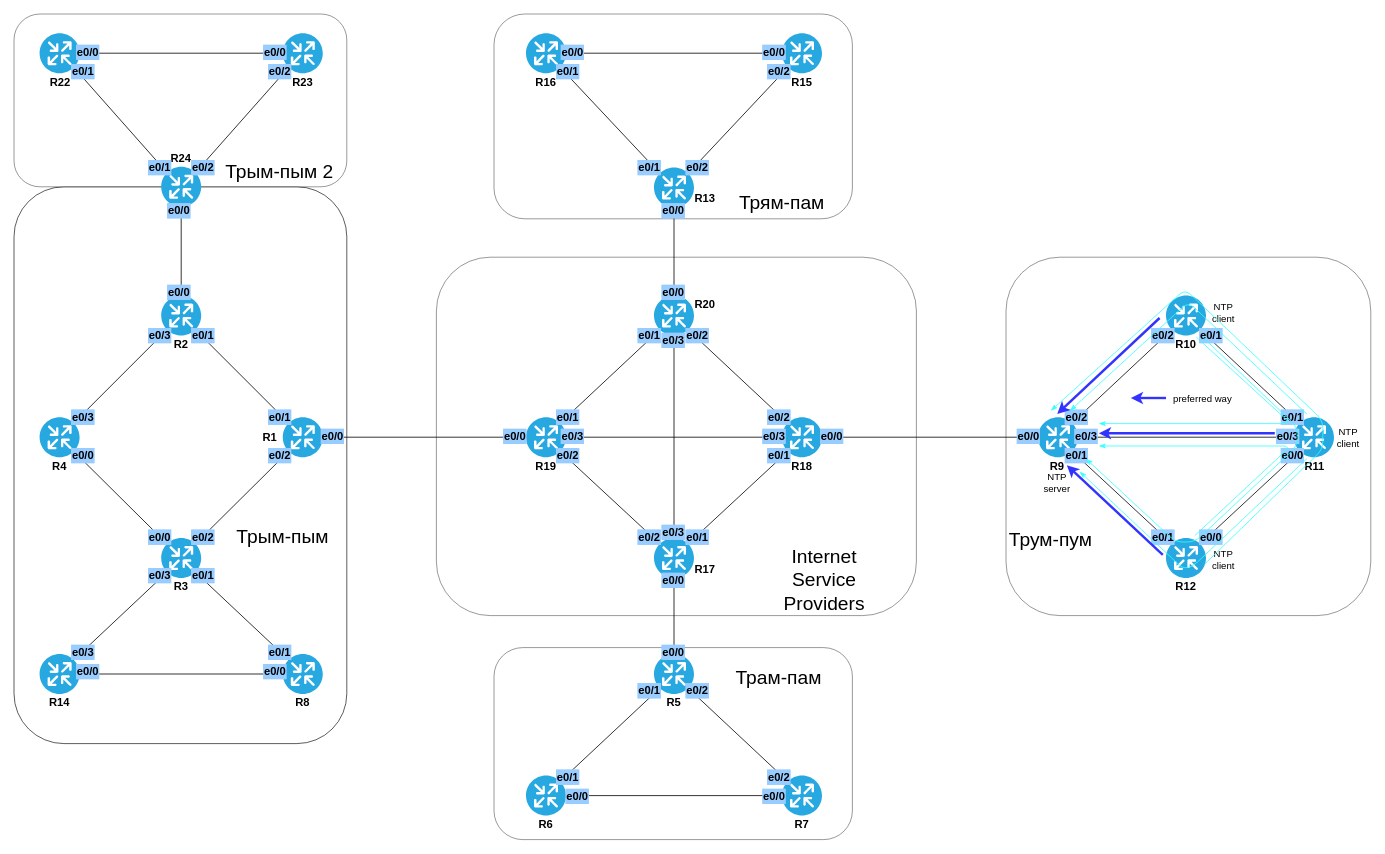
Before: lab00/networks_plan.drawio in mbfx/otus-networks, a draw.io diagram. Source tidied: cells renumbered, new cells numbered last; positions are measured from the earlier drawing's top-left corner, leaving out a move shared by most shapes. Both pictures are drawn from the tidied source at 80%, with x=0, y=0 at pixel (14, 14).
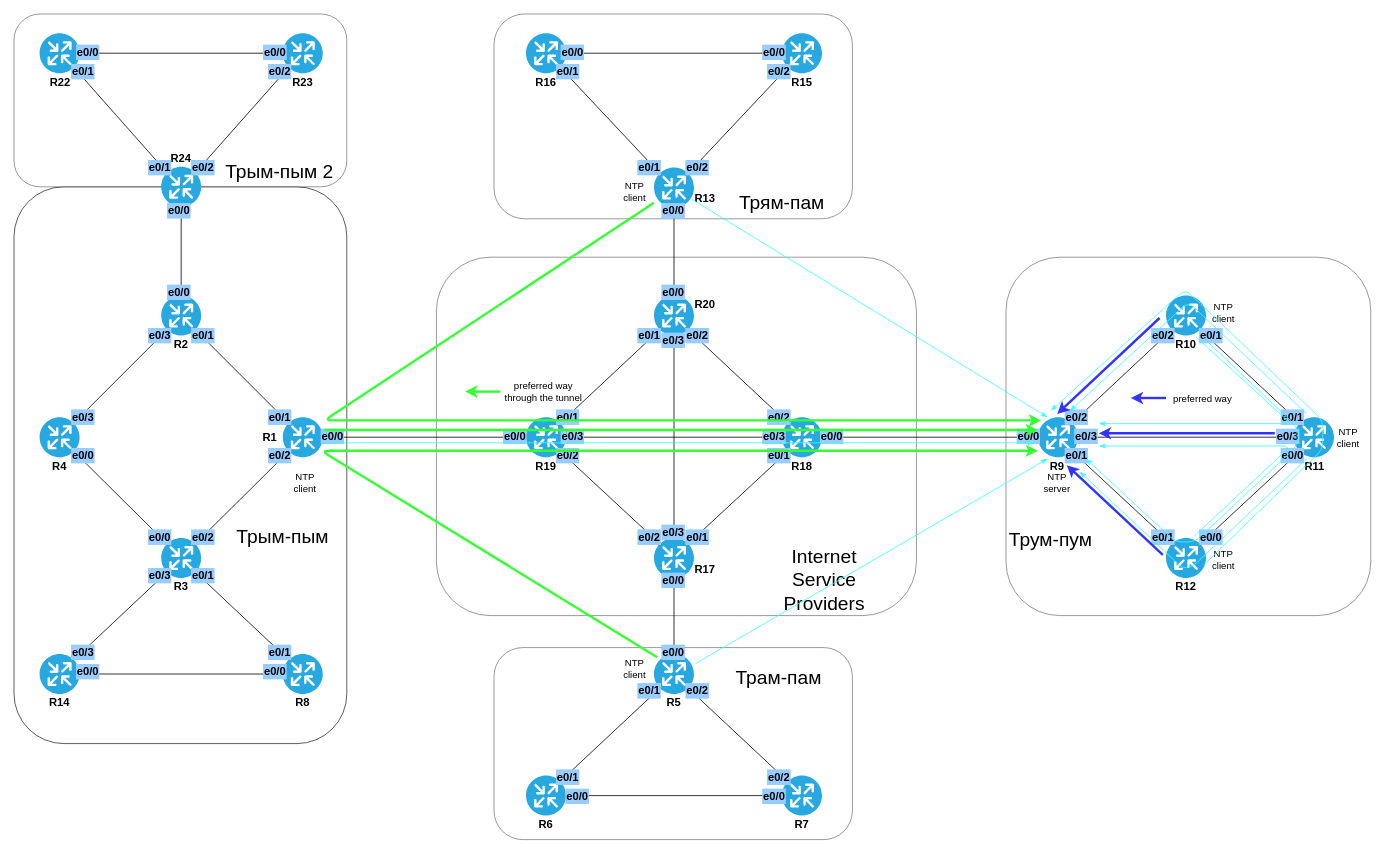
Above is the later version.

The edit, as a diff of the source:
```diff
@@
+    <mxCell id="176" style="endArrow=classic;html=1;strokeColor=#33FF33;strokeWidth=3;fillColor=#e1d5e7;fontSize=12;" parent="160" edge="1">
+      <mxGeometry relative="1" as="geometry">
+        <mxPoint x="388" y="520" as="sourcePoint" />
+        <mxPoint x="1280" y="520" as="targetPoint" />
+      </mxGeometry>
+    </mxCell>
+    <mxCell id="177" style="endArrow=classic;html=1;strokeColor=#33FF33;strokeWidth=3;fillColor=#e1d5e7;fontSize=12;" parent="160" edge="1">
+      <mxGeometry relative="1" as="geometry">
+        <mxPoint x="800" y="236" as="sourcePoint" />
+        <mxPoint x="1284" y="508" as="targetPoint" />
+        <Array as="points">
+          <mxPoint x="388" y="508" />
+        </Array>
+      </mxGeometry>
+    </mxCell>
+    <mxCell id="178" style="endArrow=classic;html=1;strokeColor=#33FF33;strokeWidth=3;fillColor=#e1d5e7;fontSize=12;" parent="160" edge="1">
+      <mxGeometry relative="1" as="geometry">
+        <mxPoint x="804" y="804" as="sourcePoint" />
+        <mxPoint x="1280" y="546" as="targetPoint" />
+        <Array as="points">
+          <mxPoint x="384" y="546" />
+        </Array>
+      </mxGeometry>
+    </mxCell>
+    <mxCell id="179" style="endArrow=classicThin;html=1;strokeColor=#33FFFF;strokeWidth=1;fillColor=#e1d5e7;fontSize=12;endFill=1;" parent="160" edge="1">
+      <mxGeometry relative="1" as="geometry">
+        <mxPoint x="388" y="536" as="sourcePoint" />
+        <mxPoint x="1276" y="536" as="targetPoint" />
+      </mxGeometry>
+    </mxCell>
+    <mxCell id="180" style="endArrow=classicThin;html=1;strokeColor=#33FFFF;strokeWidth=1;fillColor=#e1d5e7;fontSize=12;endFill=1;" parent="160" edge="1">
+      <mxGeometry relative="1" as="geometry">
+        <mxPoint x="848" y="232" as="sourcePoint" />
+        <mxPoint x="1292" y="504" as="targetPoint" />
+      </mxGeometry>
+    </mxCell>
+    <mxCell id="181" style="endArrow=classicThin;html=1;strokeColor=#33FFFF;strokeWidth=1;fillColor=#e1d5e7;fontSize=12;endFill=1;" parent="160" edge="1">
+      <mxGeometry relative="1" as="geometry">
+        <mxPoint x="852" y="812" as="sourcePoint" />
+        <mxPoint x="1292" y="556" as="targetPoint" />
+      </mxGeometry>
+    </mxCell>
+    <mxCell id="182" value="NTP client" style="text;html=1;strokeColor=none;fillColor=none;align=center;verticalAlign=middle;whiteSpace=wrap;rounded=0;fontSize=12;opacity=80;" parent="160" vertex="1">
+      <mxGeometry x="756" y="212" width="40" height="20" as="geometry" />
+    </mxCell>
+    <mxCell id="183" value="NTP client" style="text;html=1;strokeColor=none;fillColor=none;align=center;verticalAlign=middle;whiteSpace=wrap;rounded=0;fontSize=12;opacity=80;" parent="160" vertex="1">
+      <mxGeometry x="756" y="808" width="40" height="20" as="geometry" />
+    </mxCell>
+    <mxCell id="184" value="NTP client" style="text;html=1;strokeColor=none;fillColor=none;align=center;verticalAlign=middle;whiteSpace=wrap;rounded=0;fontSize=12;opacity=80;" parent="160" vertex="1">
+      <mxGeometry x="344" y="576" width="40" height="20" as="geometry" />
+    </mxCell>
+    <mxCell id="185" value="preferred way&lt;br&gt;through the tunnel" style="text;html=1;strokeColor=none;fillColor=none;align=center;verticalAlign=middle;whiteSpace=wrap;rounded=0;fontSize=12;opacity=80;" parent="160" vertex="1">
+      <mxGeometry x="608" y="462" width="108" height="20" as="geometry" />
+    </mxCell>
+    <mxCell id="186" style="endArrow=classic;html=1;strokeColor=#33FF33;strokeWidth=3;fillColor=#e1d5e7;fontSize=12;" parent="160" edge="1">
+      <mxGeometry relative="1" as="geometry">
+        <mxPoint x="608" y="472" as="sourcePoint" />
+        <mxPoint x="564" y="472" as="targetPoint" />
+      </mxGeometry>
+    </mxCell>
```
